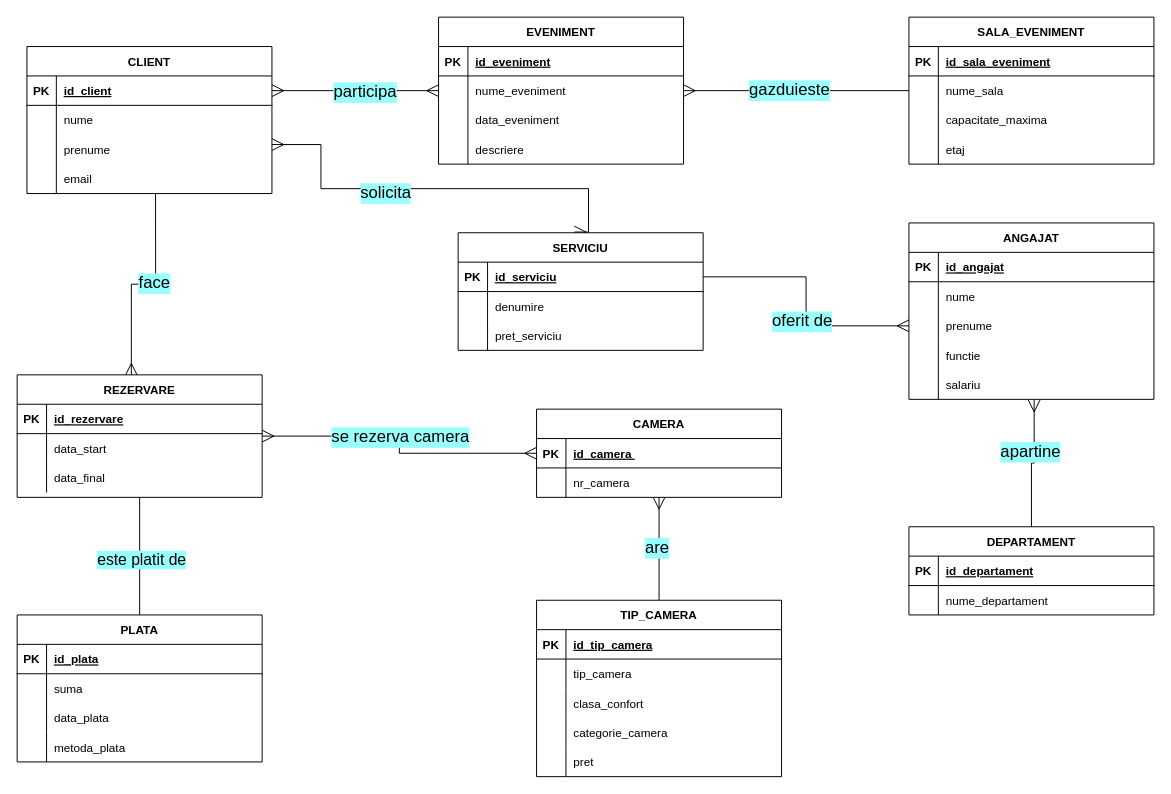
This is MODBD/Diagrame/MODBD_ERD.drawio from diana-clinciu/MODBD, a draw.io file, before an edit. Source tidied: cells renumbered, new cells numbered last; positions are measured from the earlier drawing's top-left corner, leaving out a move shared by most shapes. Both pictures are drawn from the tidied source at 98%, with x=0, y=0 at pixel (17, 17).
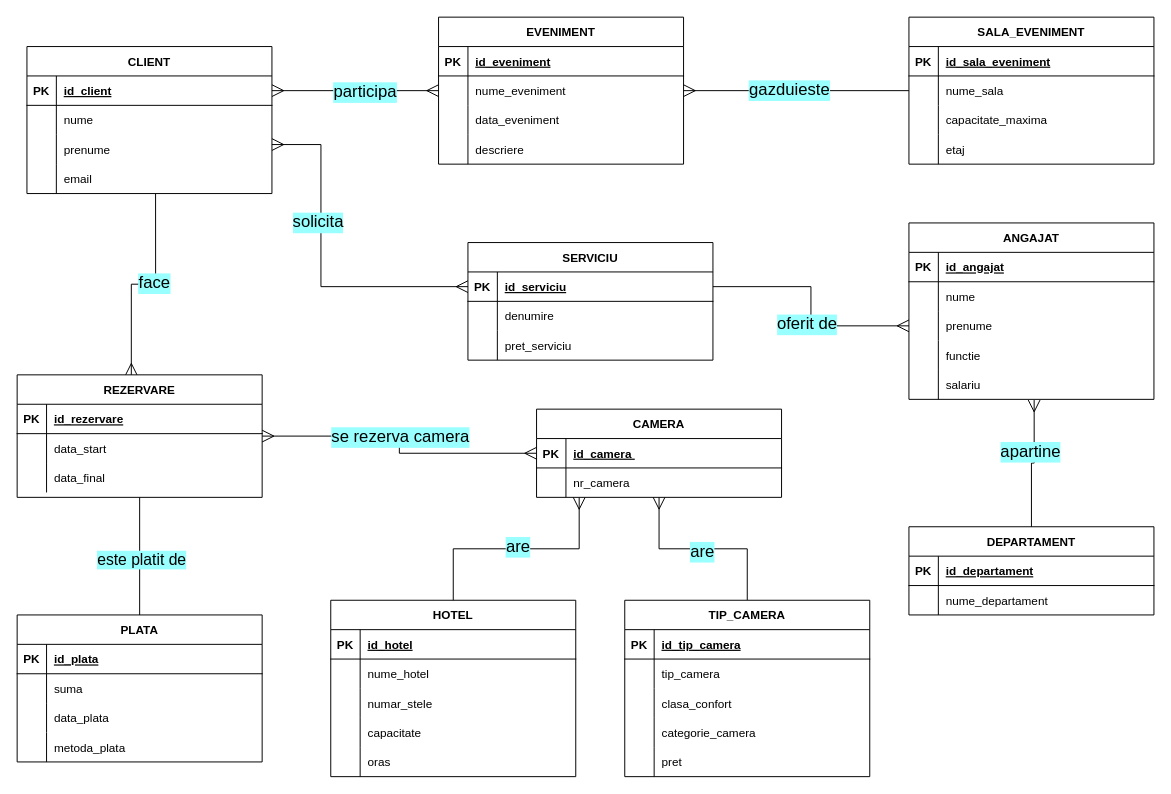
The same page after the edit.

The change refers to these unchanged cells:
```xml
<mxCell id="21" value="CLIENT" style="shape=table;startSize=30;childLayout=tableLayout;rowLines=0;fontStyle=1;align=center;" parent="1" vertex="1">
  <mxGeometry x="10" y="30" width="250" height="150" as="geometry" />
</mxCell>
<mxCell id="49" style="shape=tableRow;horizontal=0;startSize=0;swimlaneHead=0;swimlaneBody=0;fillColor=none;points=[[0,0.5],[1,0.5]];portConstraint=eastwest;strokeColor=inherit;top=0;left=0;right=0;bottom=1;" parent="48" vertex="1">
  <mxGeometry y="30" width="250" height="30" as="geometry" />
</mxCell>
<mxCell id="64" style="shape=tableRow;horizontal=0;startSize=0;swimlaneHead=0;swimlaneBody=0;fillColor=none;points=[[0,0.5],[1,0.5]];portConstraint=eastwest;strokeColor=inherit;top=0;left=0;right=0;bottom=0;" parent="60" vertex="1">
  <mxGeometry y="60" width="250" height="30" as="geometry" />
</mxCell>
```

What changed in the source:
```diff
@@
-    <mxCell id="17" style="rounded=0;jettySize=auto;html=1;endArrow=ERmany;endFill=0;entryX=0.474;entryY=-0.006;entryDx=0;entryDy=0;endSize=10;startArrow=ERmany;startFill=0;startSize=10;edgeStyle=orthogonalEdgeStyle;entryPerimeter=0;curved=0;" parent="1" edge="1" source="21" target="48">
+    <mxCell id="17" style="rounded=0;jettySize=auto;html=1;endArrow=ERmany;endFill=0;endSize=10;startArrow=ERmany;startFill=0;startSize=10;edgeStyle=orthogonalEdgeStyle;curved=0;entryX=0;entryY=0.5;entryDx=0;entryDy=0;" parent="1" edge="1" source="21" target="49">
       <mxGeometry relative="1" as="geometry">
         <Array as="points">
           <mxPoint x="310" y="130" />
-          <mxPoint x="310" y="175" />
-          <mxPoint x="583" y="175" />
+          <mxPoint x="310" y="275" />
         </Array>
       </mxGeometry>
     </mxCell>
@@
     <mxCell id="48" value="SERVICIU" style="shape=table;startSize=30;childLayout=tableLayout;rowLines=0;fontStyle=1;align=center;" parent="1" vertex="1">
-      <mxGeometry x="450" y="220" width="250" height="120" as="geometry" />
+      <mxGeometry x="460" y="230" width="250" height="120" as="geometry" />
     </mxCell>
@@
     <mxCell id="98" value="TIP_CAMERA" style="shape=table;startSize=30;childLayout=tableLayout;rowLines=0;fontStyle=1;align=center;" parent="1" vertex="1">
-      <mxGeometry x="530" y="595" width="250" height="180" as="geometry" />
+      <mxGeometry x="620" y="595" width="250" height="180" as="geometry" />
     </mxCell>
@@
+    <mxCell id="138" value="HOTEL" style="shape=table;startSize=30;childLayout=tableLayout;rowLines=0;fontStyle=1;align=center;" parent="1" vertex="1">
+      <mxGeometry x="320" y="595" width="250" height="180" as="geometry" />
+    </mxCell>
+    <mxCell id="139" style="shape=tableRow;horizontal=0;startSize=0;swimlaneHead=0;swimlaneBody=0;fillColor=none;strokeColor=inherit;top=0;left=0;right=0;bottom=1;" parent="138" vertex="1">
+      <mxGeometry y="30" width="250" height="30" as="geometry" />
+    </mxCell>
+    <mxCell id="140" value="PK" style="shape=partialRectangle;overflow=hidden;fillColor=none;strokeColor=inherit;top=0;left=0;bottom=0;right=0;fontStyle=1;" parent="139" vertex="1">
+      <mxGeometry width="30" height="30" as="geometry" />
+    </mxCell>
+    <mxCell id="141" value="id_hotel" style="shape=partialRectangle;overflow=hidden;fillColor=none;align=left;strokeColor=inherit;top=0;left=0;bottom=0;right=0;spacingLeft=6;fontStyle=5;" parent="139" vertex="1">
+      <mxGeometry x="30" width="220" height="30" as="geometry" />
+    </mxCell>
+    <mxCell id="142" style="shape=tableRow;horizontal=0;startSize=0;swimlaneHead=0;swimlaneBody=0;fillColor=none;strokeColor=inherit;top=0;left=0;right=0;bottom=0;" parent="138" vertex="1">
+      <mxGeometry y="60" width="250" height="30" as="geometry" />
+    </mxCell>
+    <mxCell id="143" style="shape=partialRectangle;overflow=hidden;fillColor=none;strokeColor=inherit;top=0;left=0;bottom=0;right=0;" parent="142" vertex="1">
+      <mxGeometry width="30" height="30" as="geometry" />
+    </mxCell>
+    <mxCell id="144" value="nume_hotel" style="shape=partialRectangle;overflow=hidden;fillColor=none;align=left;strokeColor=inherit;top=0;left=0;bottom=0;right=0;spacingLeft=6;" parent="142" vertex="1">
+      <mxGeometry x="30" width="220" height="30" as="geometry" />
+    </mxCell>
+    <mxCell id="145" style="shape=tableRow;horizontal=0;startSize=0;swimlaneHead=0;swimlaneBody=0;fillColor=none;strokeColor=inherit;top=0;left=0;right=0;bottom=0;" parent="138" vertex="1">
+      <mxGeometry y="90" width="250" height="30" as="geometry" />
+    </mxCell>
+    <mxCell id="146" style="shape=partialRectangle;overflow=hidden;fillColor=none;strokeColor=inherit;top=0;left=0;bottom=0;right=0;" parent="145" vertex="1">
+      <mxGeometry width="30" height="30" as="geometry" />
+    </mxCell>
+    <mxCell id="147" value="numar_stele" style="shape=partialRectangle;overflow=hidden;fillColor=none;align=left;strokeColor=inherit;top=0;left=0;bottom=0;right=0;spacingLeft=6;" parent="145" vertex="1">
+      <mxGeometry x="30" width="220" height="30" as="geometry" />
+    </mxCell>
+    <mxCell id="148" style="shape=tableRow;horizontal=0;startSize=0;swimlaneHead=0;swimlaneBody=0;fillColor=none;strokeColor=inherit;top=0;left=0;right=0;bottom=0;" parent="138" vertex="1">
+      <mxGeometry y="120" width="250" height="30" as="geometry" />
+    </mxCell>
+    <mxCell id="149" style="shape=partialRectangle;overflow=hidden;fillColor=none;strokeColor=inherit;top=0;left=0;bottom=0;right=0;" parent="148" vertex="1">
+      <mxGeometry width="30" height="30" as="geometry" />
+    </mxCell>
+    <mxCell id="150" value="capacitate" style="shape=partialRectangle;overflow=hidden;fillColor=none;align=left;strokeColor=inherit;top=0;left=0;bottom=0;right=0;spacingLeft=6;" parent="148" vertex="1">
+      <mxGeometry x="30" width="220" height="30" as="geometry" />
+    </mxCell>
+    <mxCell id="151" style="shape=tableRow;horizontal=0;startSize=0;swimlaneHead=0;swimlaneBody=0;fillColor=none;strokeColor=inherit;top=0;left=0;right=0;bottom=0;" parent="138" vertex="1">
+      <mxGeometry y="150" width="250" height="30" as="geometry" />
+    </mxCell>
+    <mxCell id="152" style="shape=partialRectangle;overflow=hidden;fillColor=none;strokeColor=inherit;top=0;left=0;bottom=0;right=0;" parent="151" vertex="1">
+      <mxGeometry width="30" height="30" as="geometry" />
+    </mxCell>
+    <mxCell id="153" value="oras" style="shape=partialRectangle;overflow=hidden;fillColor=none;align=left;strokeColor=inherit;top=0;left=0;bottom=0;right=0;spacingLeft=6;" parent="151" vertex="1">
+      <mxGeometry x="30" width="220" height="30" as="geometry" />
+    </mxCell>
+    <mxCell id="154" style="edgeStyle=orthogonalEdgeStyle;rounded=0;jettySize=auto;html=1;entryX=0.174;entryY=1.005;entryDx=0;entryDy=0;entryPerimeter=0;endArrow=ERmany;endFill=0;endSize=10;" parent="1" edge="1" source="138" target="64">
+      <mxGeometry relative="1" as="geometry" />
+    </mxCell>
+    <mxCell id="155" value="are" style="edgeLabel;html=1;align=center;verticalAlign=middle;labelBackgroundColor=light-dark(#99FFFF,#FFFFFF);fontSize=17;" parent="1" vertex="1">
+      <mxGeometry x="510" y="540" as="geometry" />
+    </mxCell>
```
